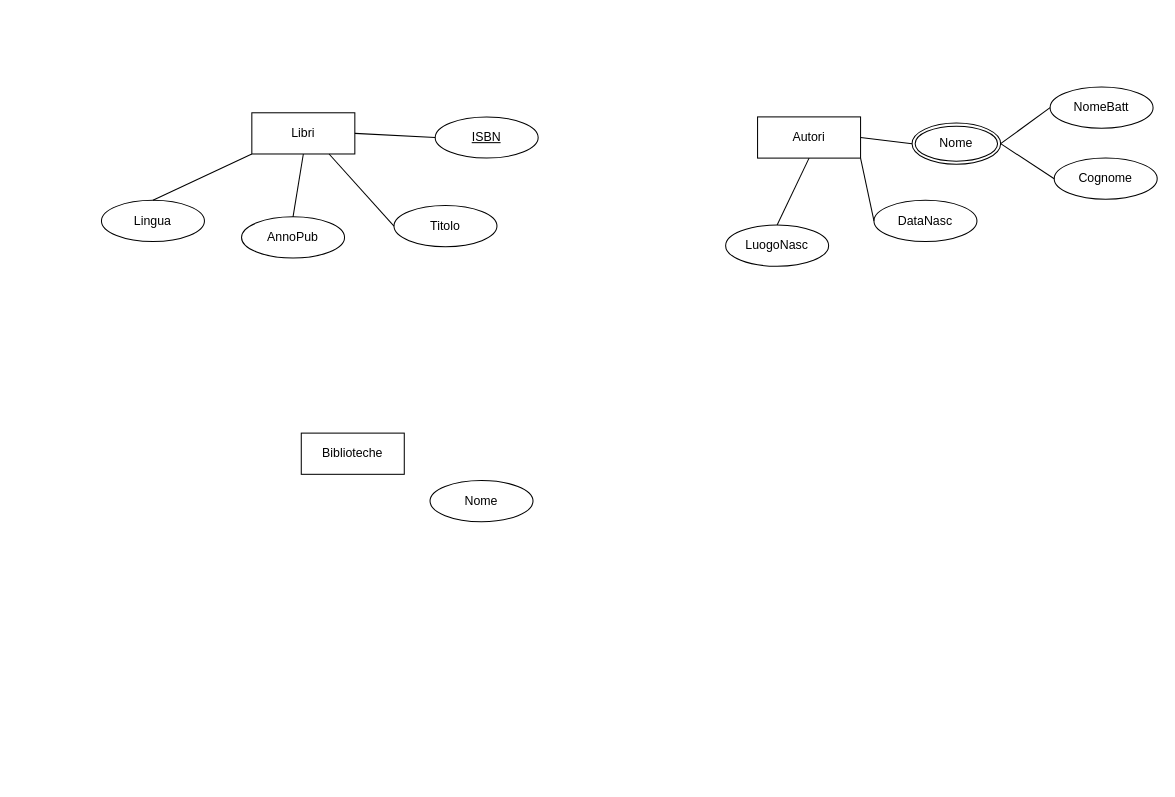
stefanoroda/Progetto_Basi keeps this draw.io diagram as Teory/Diagram.drawio. Above is the earlier version. Source tidied: cells renumbered, new cells numbered last; positions are measured from the earlier drawing's top-left corner, leaving out a move shared by most shapes. Both pictures are drawn from the tidied source at 103%, with x=0, y=0 at pixel (101, 87).
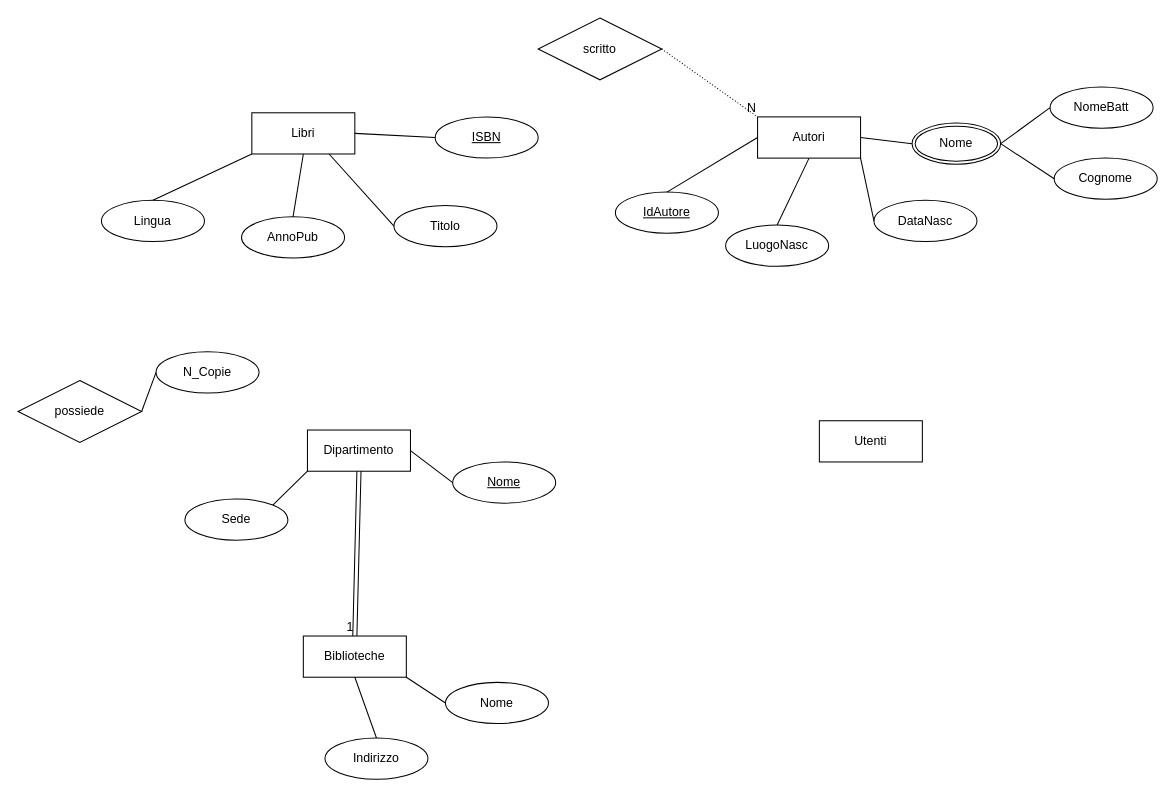
Above is the later version.

The change refers to these unchanged cells:
```xml
<mxCell id="5" value="Autori" style="whiteSpace=wrap;html=1;align=center;" parent="1" vertex="1">
  <mxGeometry x="637" y="29" width="100" height="40" as="geometry" />
</mxCell>
```

Diff of the diagram source:
```diff
@@
     <mxCell id="22" value="Biblioteche" style="whiteSpace=wrap;html=1;align=center;" parent="1" vertex="1">
-      <mxGeometry x="194" y="336" width="100" height="40" as="geometry" />
+      <mxGeometry x="196" y="533" width="100" height="40" as="geometry" />
     </mxCell>
     <mxCell id="23" value="Nome" style="ellipse;whiteSpace=wrap;html=1;align=center;" parent="1" vertex="1">
-      <mxGeometry x="319" y="382" width="100" height="40" as="geometry" />
+      <mxGeometry x="334" y="578" width="100" height="40" as="geometry" />
     </mxCell>
+    <mxCell id="24" value="Indirizzo" style="ellipse;whiteSpace=wrap;html=1;align=center;" parent="1" vertex="1">
+      <mxGeometry x="217" y="632" width="100" height="40" as="geometry" />
+    </mxCell>
+    <mxCell id="25" value="Utenti" style="whiteSpace=wrap;html=1;align=center;" parent="1" vertex="1">
+      <mxGeometry x="697" y="324" width="100" height="40" as="geometry" />
+    </mxCell>
+    <mxCell id="26" style="endArrow=none;html=1;rounded=0;exitX=1;exitY=1;exitDx=0;exitDy=0;entryX=0;entryY=0.5;entryDx=0;entryDy=0;" parent="1" edge="1" source="22" target="23">
+      <mxGeometry relative="1" as="geometry" />
+    </mxCell>
+    <mxCell id="27" style="endArrow=none;html=1;rounded=0;exitX=0.5;exitY=1;exitDx=0;exitDy=0;entryX=0.5;entryY=0;entryDx=0;entryDy=0;" parent="1" edge="1" source="22" target="24">
+      <mxGeometry relative="1" as="geometry" />
+    </mxCell>
+    <mxCell id="28" value="Dipartimento" style="whiteSpace=wrap;html=1;align=center;" parent="1" vertex="1">
+      <mxGeometry x="200" y="333" width="100" height="40" as="geometry" />
+    </mxCell>
+    <mxCell id="29" value="Sede" style="ellipse;whiteSpace=wrap;html=1;align=center;" parent="1" vertex="1">
+      <mxGeometry x="81" y="400" width="100" height="40" as="geometry" />
+    </mxCell>
+    <mxCell id="30" value="Nome" style="ellipse;whiteSpace=wrap;html=1;align=center;fontStyle=4;" parent="1" vertex="1">
+      <mxGeometry x="341" y="364" width="100" height="40" as="geometry" />
+    </mxCell>
+    <mxCell id="31" style="shape=link;html=1;rounded=0;exitX=0.5;exitY=1;exitDx=0;exitDy=0;entryX=0.5;entryY=0;entryDx=0;entryDy=0;" parent="1" edge="1" source="28" target="22">
+      <mxGeometry relative="1" as="geometry" />
+    </mxCell>
+    <mxCell id="32" value="1" style="html=1;whiteSpace=wrap;align=right;verticalAlign=bottom;" parent="31" vertex="1">
+      <mxGeometry x="1" relative="1" as="geometry" />
+    </mxCell>
+    <mxCell id="33" style="endArrow=none;html=1;rounded=0;exitX=1;exitY=0.5;exitDx=0;exitDy=0;entryX=0;entryY=0.5;entryDx=0;entryDy=0;" parent="1" edge="1" source="28" target="30">
+      <mxGeometry relative="1" as="geometry" />
+    </mxCell>
+    <mxCell id="34" style="endArrow=none;html=1;rounded=0;exitX=0;exitY=1;exitDx=0;exitDy=0;entryX=1;entryY=0;entryDx=0;entryDy=0;" parent="1" edge="1" source="28" target="29">
+      <mxGeometry relative="1" as="geometry" />
+    </mxCell>
+    <mxCell id="35" value="IdAutore" style="ellipse;whiteSpace=wrap;html=1;align=center;fontStyle=4;" parent="1" vertex="1">
+      <mxGeometry x="499" y="102" width="100" height="40" as="geometry" />
+    </mxCell>
+    <mxCell id="36" style="endArrow=none;html=1;rounded=0;exitX=0.5;exitY=0;exitDx=0;exitDy=0;entryX=0;entryY=0.5;entryDx=0;entryDy=0;" parent="1" edge="1" source="35" target="5">
+      <mxGeometry relative="1" as="geometry" />
+    </mxCell>
+    <mxCell id="37" value="possiede" style="shape=rhombus;perimeter=rhombusPerimeter;whiteSpace=wrap;html=1;align=center;" parent="1" vertex="1">
+      <mxGeometry x="-81" y="285" width="120" height="60" as="geometry" />
+    </mxCell>
+    <mxCell id="38" value="scritto" style="shape=rhombus;perimeter=rhombusPerimeter;whiteSpace=wrap;html=1;align=center;" parent="1" vertex="1">
+      <mxGeometry x="424" y="-67" width="120" height="60" as="geometry" />
+    </mxCell>
+    <mxCell id="39" value="N_Copie" style="ellipse;whiteSpace=wrap;html=1;align=center;" parent="1" vertex="1">
+      <mxGeometry x="53" y="257" width="100" height="40" as="geometry" />
+    </mxCell>
+    <mxCell id="40" style="endArrow=none;html=1;rounded=0;exitX=1;exitY=0.5;exitDx=0;exitDy=0;entryX=0;entryY=0.5;entryDx=0;entryDy=0;" parent="1" edge="1" source="37" target="39">
+      <mxGeometry relative="1" as="geometry" />
+    </mxCell>
+    <mxCell id="41" style="endArrow=none;html=1;rounded=0;dashed=1;dashPattern=1 2;exitX=1;exitY=0.5;exitDx=0;exitDy=0;entryX=0;entryY=0;entryDx=0;entryDy=0;" parent="1" edge="1" source="38" target="5">
+      <mxGeometry relative="1" as="geometry" />
+    </mxCell>
+    <mxCell id="42" value="N" style="html=1;whiteSpace=wrap;align=right;verticalAlign=bottom;" parent="41" vertex="1">
+      <mxGeometry x="1" relative="1" as="geometry" />
+    </mxCell>
```
